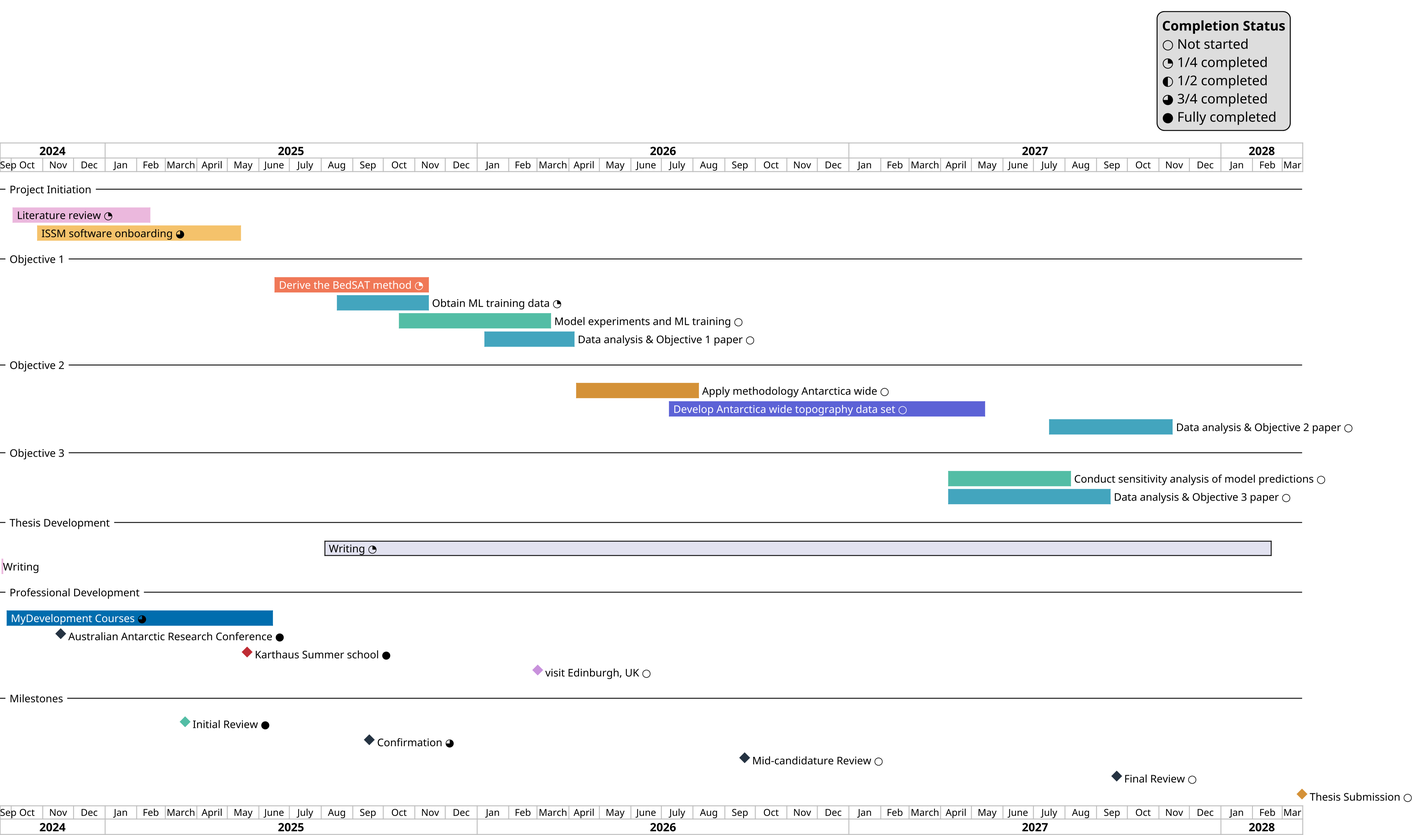
Before: write/mls1/timeline.png, a diagram exported from PlantUML (anabanami/BEDSAT).
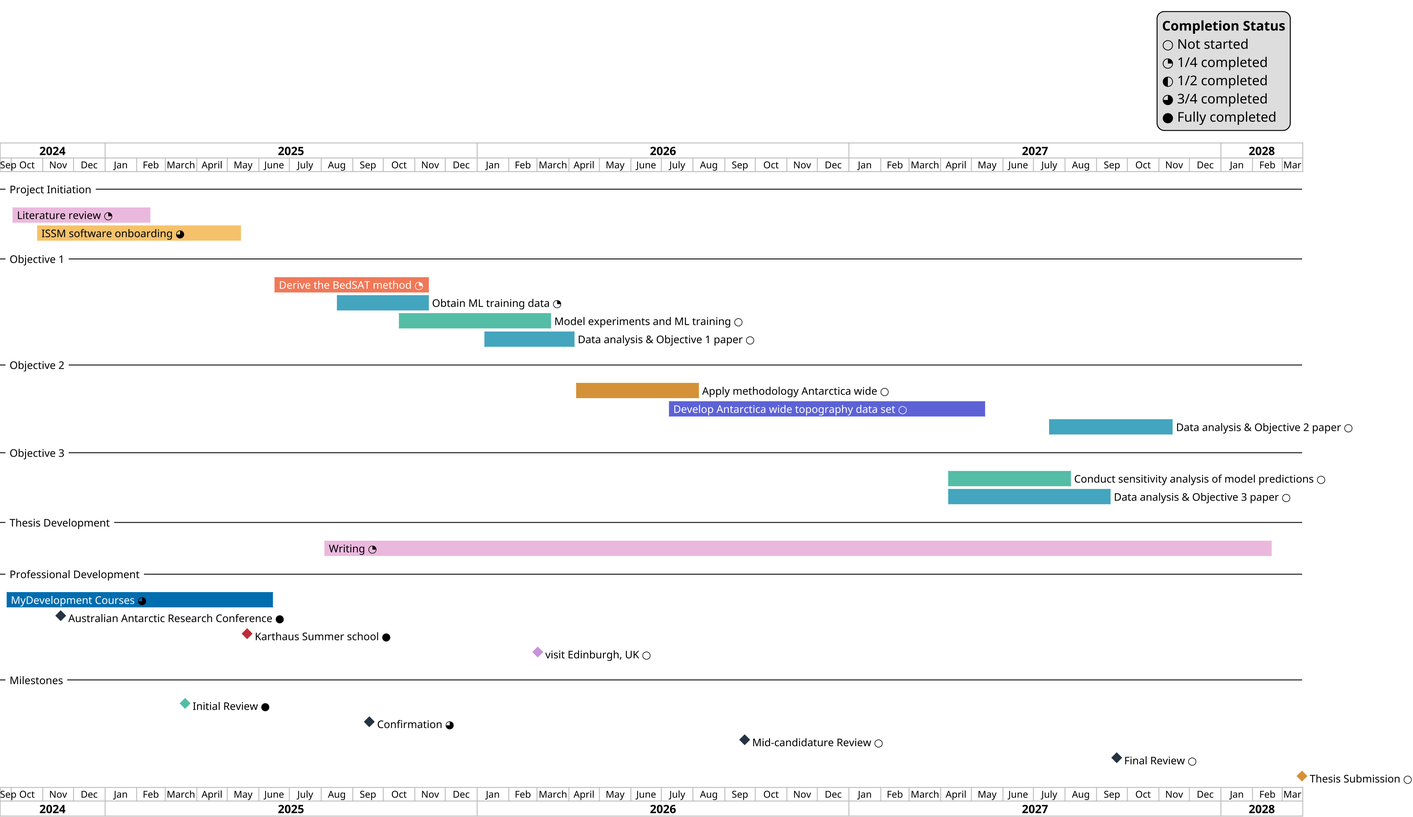
The same diagram one commit later.

Change to the diagram source:
```diff
@@ -42,8 +42,7 @@
 [Data analysis & Objective 3 paper ○] as [DAO3] starts 2027-04-07 and ends 2027-09-15
 [DAO3] is colored in #43a5be
 -- Thesis Development --
-[Writing ◔] starts 2025-08-03 and ends 2028-02-20
-[Writing] is colored in #ebb8dd
+[Writing ◔] starts 2025-08-03 and ends 2028-02-20 and is colored in #ebb8dd
 
 -- Professional Development --
 [<font color="white">MyDevelopment Courses</font> ◕] as [MDC] starts 2024-09-25 and ends 2025-06-15
```
